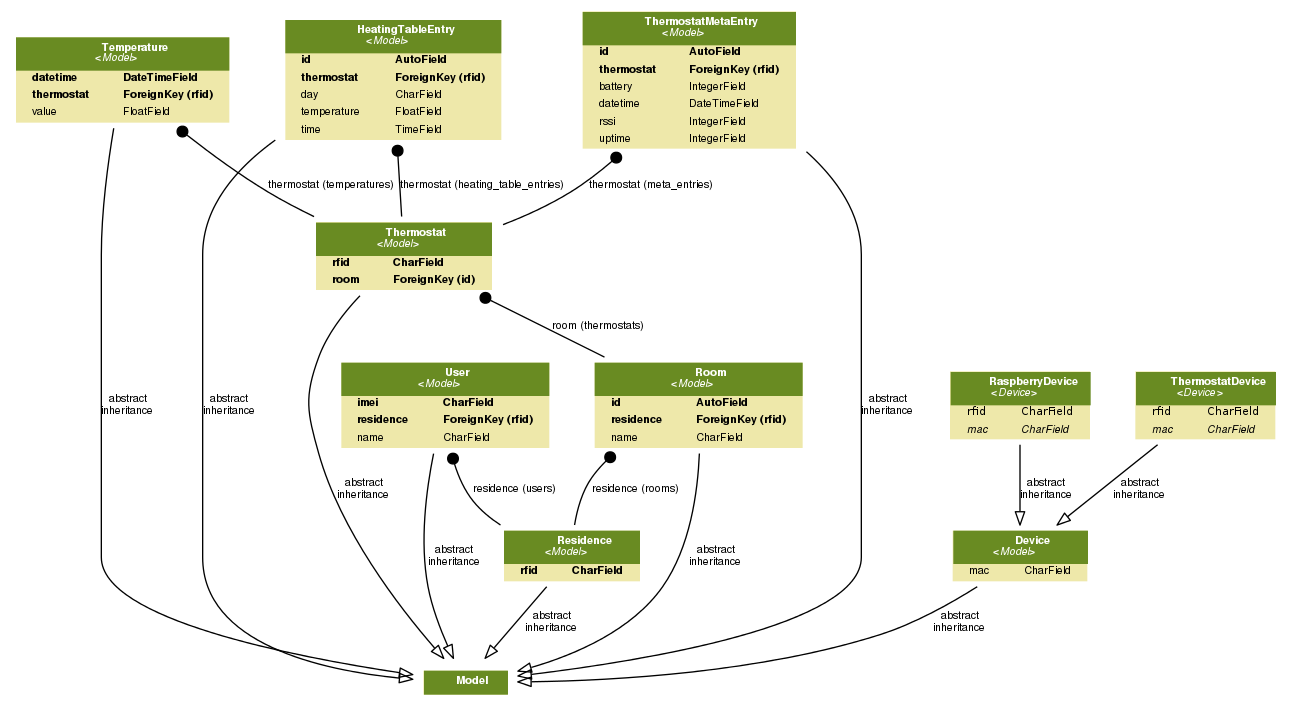
The Graphviz diagram bin/uml_class_diagram.png in spiegelm/smart-heating-server, before a commit. Its source is kept beside it as bin/uml_class_diagram.dot.
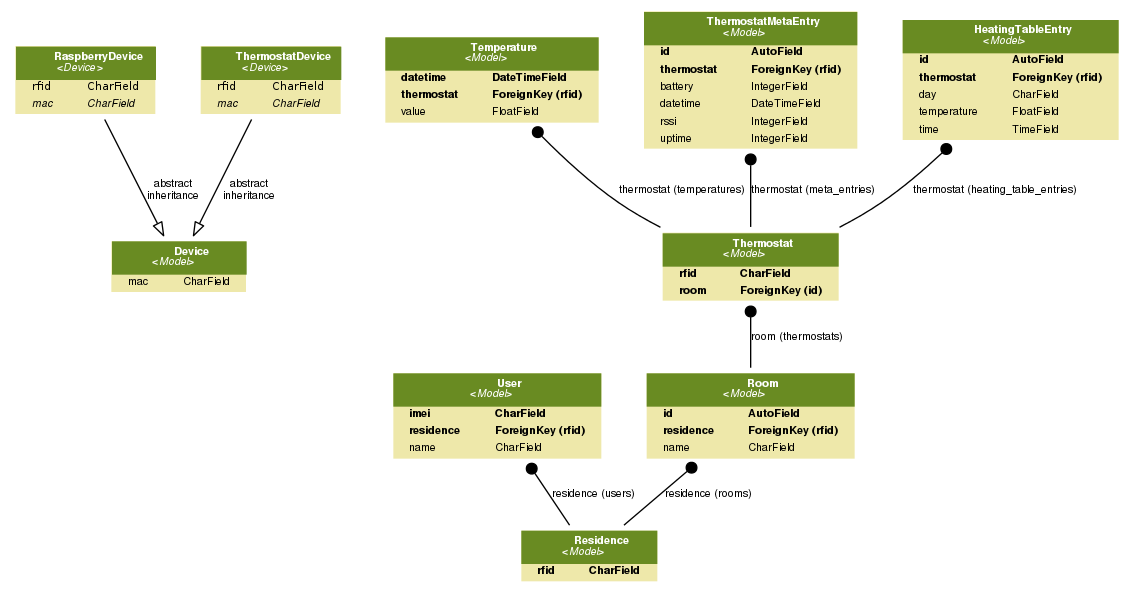
The same diagram one commit later.

Commit message:
Exclude Model class from class diagram

What changed in the source:
```diff
@@ -29,16 +29,6 @@
     </TD><TD ALIGN="LEFT">
     <FONT FACE="Helvetica ">CharField</FONT>
     </TD></TR>
-
-    </TABLE>
-    >]
-
-  smart_heating_models_Model [label=<
-    <TABLE BGCOLOR="palegoldenrod" BORDER="0" CELLBORDER="0" CELLSPACING="0">
-    <TR><TD COLSPAN="2" CELLPADDING="4" ALIGN="CENTER" BGCOLOR="olivedrab4">
-    <FONT FACE="Helvetica Bold" COLOR="white">
-    Model
-    </FONT></TD></TR>
 
     </TABLE>
     >]
@@ -299,41 +289,20 @@
 
 
 
-  smart_heating_models_Device -> smart_heating_models_Model
-  [label="abstract\ninheritance"] [arrowhead=empty, arrowtail=none, dir=both];
-
-  smart_heating_models_Residence -> smart_heating_models_Model
-  [label="abstract\ninheritance"] [arrowhead=empty, arrowtail=none, dir=both];
-
   smart_heating_models_User -> smart_heating_models_Residence
   [label="residence (users)"] [arrowhead=none, arrowtail=dot, dir=both];
-
-  smart_heating_models_User -> smart_heating_models_Model
-  [label="abstract\ninheritance"] [arrowhead=empty, arrowtail=none, dir=both];
 
   smart_heating_models_Room -> smart_heating_models_Residence
   [label="residence (rooms)"] [arrowhead=none, arrowtail=dot, dir=both];
 
-  smart_heating_models_Room -> smart_heating_models_Model
-  [label="abstract\ninheritance"] [arrowhead=empty, arrowtail=none, dir=both];
-
   smart_heating_models_Thermostat -> smart_heating_models_Room
   [label="room (thermostats)"] [arrowhead=none, arrowtail=dot, dir=both];
-
-  smart_heating_models_Thermostat -> smart_heating_models_Model
-  [label="abstract\ninheritance"] [arrowhead=empty, arrowtail=none, dir=both];
 
   smart_heating_models_Temperature -> smart_heating_models_Thermostat
   [label="thermostat (temperatures)"] [arrowhead=none, arrowtail=dot, dir=both];
 
-  smart_heating_models_Temperature -> smart_heating_models_Model
-  [label="abstract\ninheritance"] [arrowhead=empty, arrowtail=none, dir=both];
-
   smart_heating_models_ThermostatMetaEntry -> smart_heating_models_Thermostat
   [label="thermostat (meta_entries)"] [arrowhead=none, arrowtail=dot, dir=both];
-
-  smart_heating_models_ThermostatMetaEntry -> smart_heating_models_Model
-  [label="abstract\ninheritance"] [arrowhead=empty, arrowtail=none, dir=both];
 
   smart_heating_models_RaspberryDevice -> smart_heating_models_Device
   [label="abstract\ninheritance"] [arrowhead=empty, arrowtail=none, dir=both];
@@ -344,7 +313,4 @@
   smart_heating_models_HeatingTableEntry -> smart_heating_models_Thermostat
   [label="thermostat (heating_table_entries)"] [arrowhead=none, arrowtail=dot, dir=both];
 
-  smart_heating_models_HeatingTableEntry -> smart_heating_models_Model
-  [label="abstract\ninheritance"] [arrowhead=empty, arrowtail=none, dir=both];
-
 }
```
